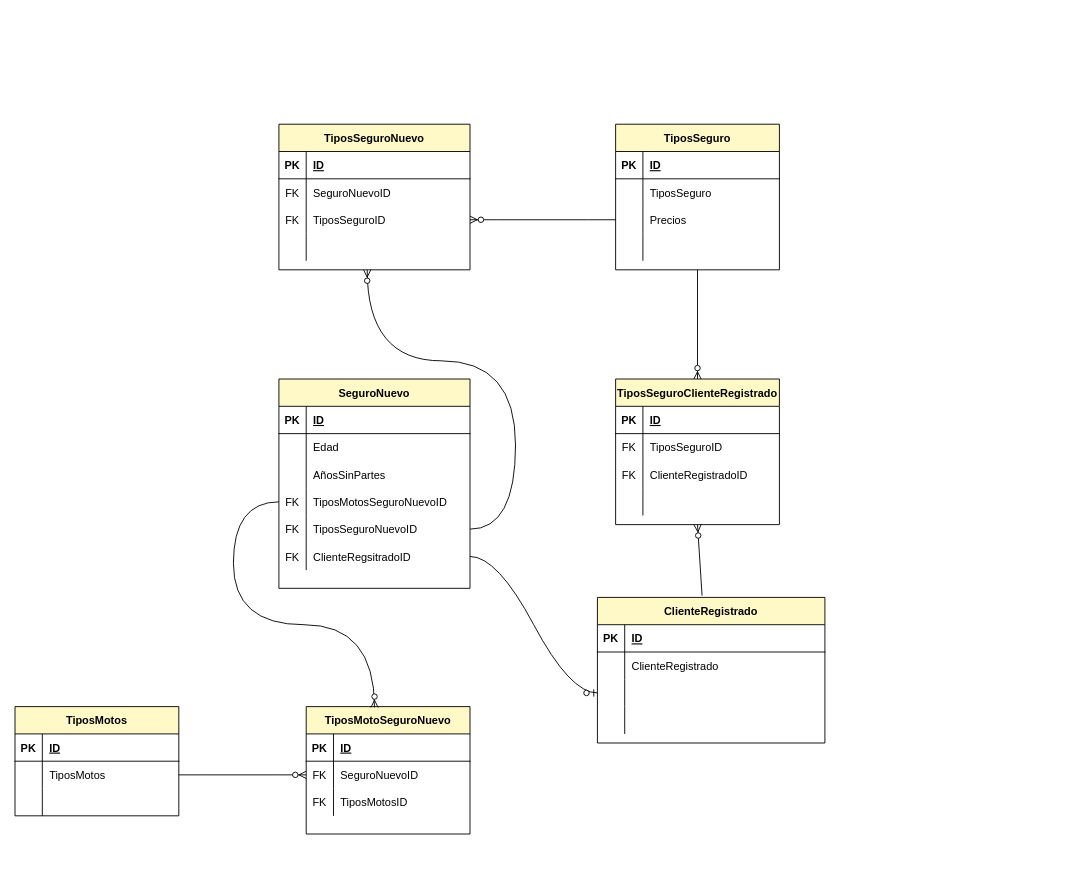
The draw.io diagram EjercicioSeguros.drawio in dawnrock/diagrams, before the edit. Source tidied: cells renumbered, new cells numbered last; positions are measured from the earlier drawing's top-left corner, leaving out a move shared by most shapes. Both pictures are drawn from the tidied source at 91%, with x=0, y=0 at pixel (15, 124).
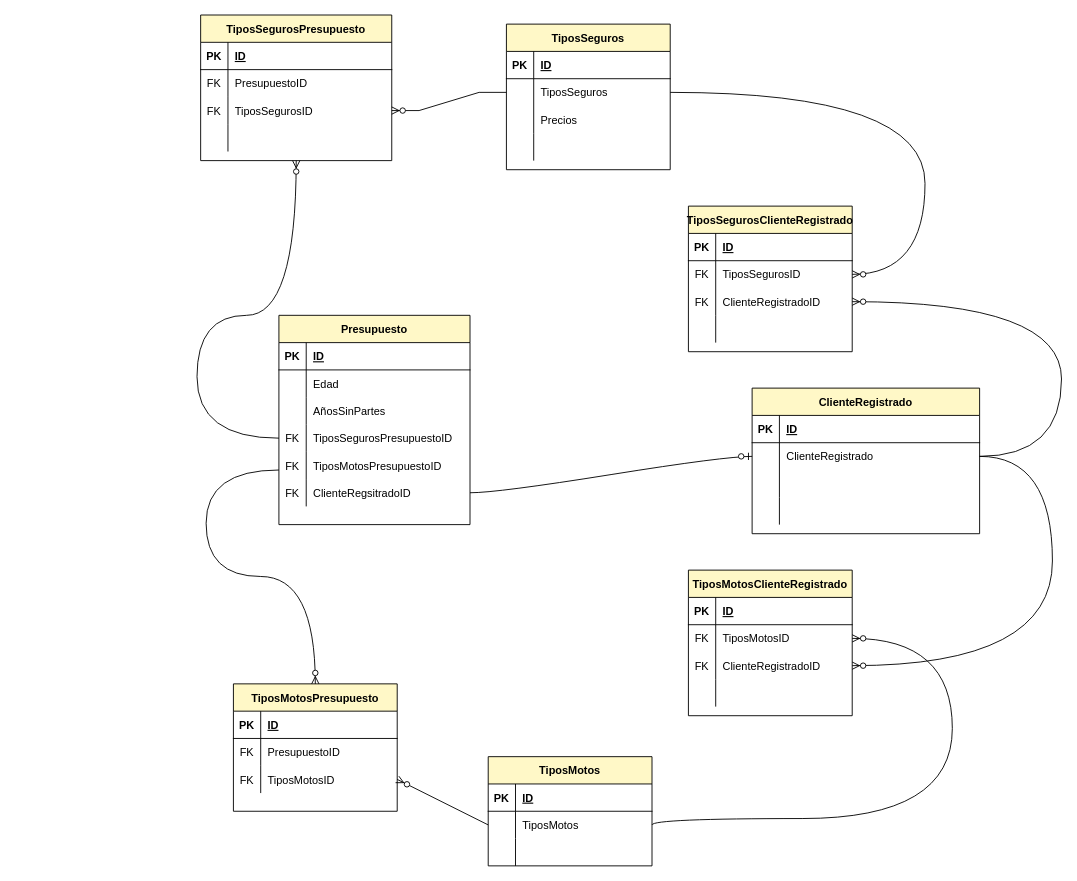
After the change.

The change refers to these unchanged cells:
```xml
<mxCell id="18" style="shape=partialRectangle;fillColor=none;top=0;left=0;bottom=0;right=0;points=[[0,0.5],[1,0.5]];portConstraint=eastwest;" parent="2" vertex="1">
  <mxGeometry y="180" width="210" height="30" as="geometry" />
</mxCell>
<mxCell id="25" style="shape=partialRectangle;fillColor=none;top=0;left=0;bottom=0;right=0;points=[[0,0.5],[1,0.5]];portConstraint=eastwest;" parent="21" vertex="1">
  <mxGeometry y="60" width="180" height="30" as="geometry" />
</mxCell>
<mxCell id="35" style="shape=partialRectangle;fillColor=none;top=0;left=0;bottom=0;right=0;points=[[0,0.5],[1,0.5]];portConstraint=eastwest;" parent="31" vertex="1">
  <mxGeometry y="60" width="180" height="30" as="geometry" />
</mxCell>
<mxCell id="38" style="shape=partialRectangle;fillColor=none;top=0;left=0;bottom=0;right=0;points=[[0,0.5],[1,0.5]];portConstraint=eastwest;" parent="31" vertex="1">
  <mxGeometry y="90" width="180" height="30" as="geometry" />
</mxCell>
<mxCell id="48" style="shape=partialRectangle;fillColor=none;top=0;left=0;bottom=0;right=0;" parent="44" vertex="1">
  <mxGeometry y="60" width="210" height="30" as="geometry" />
</mxCell>
<mxCell id="51" style="shape=partialRectangle;fillColor=none;top=0;left=0;bottom=0;right=0;points=[[0,0.5],[1,0.5]];portConstraint=eastwest;" parent="44" vertex="1">
  <mxGeometry y="90" width="210" height="30" as="geometry" />
</mxCell>
<mxCell id="63" style="shape=partialRectangle;fillColor=none;top=0;left=0;bottom=0;right=0;points=[[0,0.5],[1,0.5]];portConstraint=eastwest;" parent="59" vertex="1">
  <mxGeometry y="60" width="180" height="30" as="geometry" />
</mxCell>
<mxCell id="66" style="shape=partialRectangle;fillColor=none;top=0;left=0;bottom=0;right=0;points=[[0,0.5],[1,0.5]];portConstraint=eastwest;" parent="59" vertex="1">
  <mxGeometry y="90" width="180" height="30" as="geometry" />
</mxCell>
<mxCell id="75" style="shape=partialRectangle;fillColor=none;top=0;left=0;bottom=0;right=0;points=[[0,0.5],[1,0.5]];portConstraint=eastwest;" parent="71" vertex="1">
  <mxGeometry y="60" width="250" height="30" as="geometry" />
</mxCell>
<mxCell id="78" style="shape=partialRectangle;fillColor=none;top=0;left=0;bottom=0;right=0;points=[[0,0.5],[1,0.5]];portConstraint=eastwest;" parent="71" vertex="1">
  <mxGeometry y="90" width="250" height="30" as="geometry" />
</mxCell>
<mxCell id="88" style="shape=partialRectangle;fillColor=none;top=0;left=0;bottom=0;right=0;points=[[0,0.5],[1,0.5]];portConstraint=eastwest;" parent="84" vertex="1">
  <mxGeometry y="60" width="180" height="30" as="geometry" />
</mxCell>
<mxCell id="91" style="shape=partialRectangle;fillColor=none;top=0;left=0;bottom=0;right=0;points=[[0,0.5],[1,0.5]];portConstraint=eastwest;" parent="84" vertex="1">
  <mxGeometry y="90" width="180" height="30" as="geometry" />
</mxCell>
```

Diff of the diagram source:
```diff
@@
-    <mxCell id="2" value="SeguroNuevo" style="shape=table;startSize=30;childLayout=tableLayout;rowLines=0;fontStyle=1;align=center;fillColor=#FFF8C7;" parent="1" vertex="1">
-      <mxGeometry x="290" y="280" width="210" height="230" as="geometry" />
+    <mxCell id="2" value="Presupuesto" style="shape=table;startSize=30;childLayout=tableLayout;rowLines=0;fontStyle=1;align=center;fillColor=#FFF8C7;" parent="1" vertex="1">
+      <mxGeometry x="290" y="210" width="210" height="230" as="geometry" />
     </mxCell>
@@
+    <mxCell id="15" style="shape=partialRectangle;fillColor=none;top=0;left=0;bottom=0;right=0;points=[[0,0.5],[1,0.5]];portConstraint=eastwest;" parent="2" vertex="1">
+      <mxGeometry y="120" width="210" height="30" as="geometry" />
+    </mxCell>
+    <mxCell id="16" value="FK" style="shape=partialRectangle;fillColor=none;top=0;left=0;bottom=0;right=0;overflow=hidden;" parent="15" vertex="1">
+      <mxGeometry width="30" height="30" as="geometry" />
+    </mxCell>
+    <mxCell id="17" value="TiposSegurosPresupuestoID" style="shape=partialRectangle;fillColor=none;top=0;left=0;bottom=0;right=0;align=left;spacingLeft=6;overflow=hidden;" parent="15" vertex="1">
+      <mxGeometry x="30" width="180" height="30" as="geometry" />
+    </mxCell>
     <mxCell id="12" style="shape=partialRectangle;fillColor=none;top=0;left=0;bottom=0;right=0;points=[[0,0.5],[1,0.5]];portConstraint=eastwest;" parent="2" vertex="1">
-      <mxGeometry y="120" width="210" height="30" as="geometry" />
+      <mxGeometry y="150" width="210" height="30" as="geometry" />
     </mxCell>
@@
-    <mxCell id="14" value="TiposMotosSeguroNuevoID" style="shape=partialRectangle;fillColor=none;top=0;left=0;bottom=0;right=0;align=left;spacingLeft=6;overflow=hidden;" parent="12" vertex="1">
+    <mxCell id="14" value="TiposMotosPresupuestoID" style="shape=partialRectangle;fillColor=none;top=0;left=0;bottom=0;right=0;align=left;spacingLeft=6;overflow=hidden;" parent="12" vertex="1">
       <mxGeometry x="30" width="180" height="30" as="geometry" />
     </mxCell>
-    <mxCell id="15" style="shape=partialRectangle;fillColor=none;top=0;left=0;bottom=0;right=0;points=[[0,0.5],[1,0.5]];portConstraint=eastwest;" parent="2" vertex="1">
-      <mxGeometry y="150" width="210" height="30" as="geometry" />
-    </mxCell>
-    <mxCell id="16" value="FK" style="shape=partialRectangle;fillColor=none;top=0;left=0;bottom=0;right=0;overflow=hidden;" parent="15" vertex="1">
-      <mxGeometry width="30" height="30" as="geometry" />
-    </mxCell>
-    <mxCell id="17" value="TiposSeguroNuevoID" style="shape=partialRectangle;fillColor=none;top=0;left=0;bottom=0;right=0;align=left;spacingLeft=6;overflow=hidden;" parent="15" vertex="1">
-      <mxGeometry x="30" width="180" height="30" as="geometry" />
-    </mxCell>
@@
     <mxCell id="21" value="TiposMotos" style="shape=table;startSize=30;childLayout=tableLayout;rowLines=0;fontStyle=1;align=center;fillColor=#FFF8C7;" parent="1" vertex="1">
-      <mxGeometry y="640" width="180" height="120" as="geometry" />
+      <mxGeometry x="520" y="695" width="180" height="120" as="geometry" />
     </mxCell>
@@
-    <mxCell id="31" value="TiposSeguro" style="shape=table;startSize=30;childLayout=tableLayout;rowLines=0;fontStyle=1;align=center;fillColor=#FFF8C7;" parent="1" vertex="1">
-      <mxGeometry x="660" width="180" height="160" as="geometry" />
+    <mxCell id="31" value="TiposSeguros" style="shape=table;startSize=30;childLayout=tableLayout;rowLines=0;fontStyle=1;align=center;fillColor=#FFF8C7;" parent="1" vertex="1">
+      <mxGeometry x="540" y="-110" width="180" height="160" as="geometry" />
     </mxCell>
@@
-    <mxCell id="37" value="TiposSeguro" style="shape=partialRectangle;fillColor=none;top=0;left=0;bottom=0;right=0;align=left;spacingLeft=6;overflow=hidden;" parent="35" vertex="1">
+    <mxCell id="37" value="TiposSeguros" style="shape=partialRectangle;fillColor=none;top=0;left=0;bottom=0;right=0;align=left;spacingLeft=6;overflow=hidden;" parent="35" vertex="1">
       <mxGeometry x="30" width="150" height="30" as="geometry" />
     </mxCell>
@@
-    <mxCell id="44" value="TiposSeguroNuevo" style="shape=table;startSize=30;childLayout=tableLayout;rowLines=0;fontStyle=1;align=center;fillColor=#FFF8C7;" parent="1" vertex="1">
-      <mxGeometry x="290" width="210" height="160" as="geometry" />
+    <mxCell id="44" value="TiposSegurosPresupuesto" style="shape=table;startSize=30;childLayout=tableLayout;rowLines=0;fontStyle=1;align=center;fillColor=#FFF8C7;" parent="1" vertex="1">
+      <mxGeometry x="204" y="-120" width="210" height="160" as="geometry" />
     </mxCell>
@@
-    <mxCell id="50" value="SeguroNuevoID" style="shape=partialRectangle;fillColor=none;top=0;left=0;bottom=0;right=0;align=left;spacingLeft=6;overflow=hidden;" parent="48" vertex="1">
+    <mxCell id="50" value="PresupuestoID" style="shape=partialRectangle;fillColor=none;top=0;left=0;bottom=0;right=0;align=left;spacingLeft=6;overflow=hidden;" parent="48" vertex="1">
       <mxGeometry x="30" width="180" height="30" as="geometry" />
     </mxCell>
@@
-    <mxCell id="53" value="TiposSeguroID" style="shape=partialRectangle;fillColor=none;top=0;left=0;bottom=0;right=0;align=left;spacingLeft=6;overflow=hidden;" parent="51" vertex="1">
+    <mxCell id="53" value="TiposSegurosID" style="shape=partialRectangle;fillColor=none;top=0;left=0;bottom=0;right=0;align=left;spacingLeft=6;overflow=hidden;" parent="51" vertex="1">
       <mxGeometry x="30" width="180" height="30" as="geometry" />
     </mxCell>
@@
-    <mxCell id="57" style="edgeStyle=entityRelationEdgeStyle;fontSize=12;html=1;endArrow=ERzeroToMany;endFill=1;rounded=0;entryX=1;entryY=0.5;entryDx=0;entryDy=0;" parent="1" edge="1" source="38" target="51">
+    <mxCell id="57" style="edgeStyle=entityRelationEdgeStyle;fontSize=12;html=1;endArrow=ERzeroToMany;endFill=1;rounded=0;entryX=1;entryY=0.5;entryDx=0;entryDy=0;exitX=0;exitY=0.5;exitDx=0;exitDy=0;" parent="1" edge="1" source="35" target="51">
       <mxGeometry relative="1" as="geometry" />
     </mxCell>
-    <mxCell id="58" style="fontSize=12;html=1;endArrow=ERzeroToMany;endFill=1;rounded=0;exitX=1;exitY=0.5;exitDx=0;exitDy=0;edgeStyle=orthogonalEdgeStyle;curved=1;" parent="1" edge="1" source="15">
+    <mxCell id="58" style="fontSize=12;html=1;endArrow=ERzeroToMany;endFill=1;rounded=0;entryX=0.5;entryY=1;entryDx=0;entryDy=0;edgeStyle=orthogonalEdgeStyle;curved=1;exitX=0;exitY=0.5;exitDx=0;exitDy=0;" parent="1" edge="1" source="15" target="44">
       <mxGeometry relative="1" as="geometry">
-        <mxPoint x="387" y="160" as="targetPoint" />
         <Array as="points">
-          <mxPoint x="550" y="445" />
-          <mxPoint x="550" y="260" />
-          <mxPoint x="387" y="260" />
+          <mxPoint x="200" y="345" />
+          <mxPoint x="200" y="210" />
+          <mxPoint x="309" y="210" />
         </Array>
       </mxGeometry>
     </mxCell>
-    <mxCell id="59" value="TiposMotoSeguroNuevo" style="shape=table;startSize=30;childLayout=tableLayout;rowLines=0;fontStyle=1;align=center;fillColor=#FFF8C7;" parent="1" vertex="1">
-      <mxGeometry x="320" y="640" width="180" height="140" as="geometry" />
+    <mxCell id="59" value="TiposMotosPresupuesto" style="shape=table;startSize=30;childLayout=tableLayout;rowLines=0;fontStyle=1;align=center;fillColor=#FFF8C7;" parent="1" vertex="1">
+      <mxGeometry x="240" y="615" width="180" height="140" as="geometry" />
     </mxCell>
@@
-    <mxCell id="65" value="SeguroNuevoID" style="shape=partialRectangle;fillColor=none;top=0;left=0;bottom=0;right=0;align=left;spacingLeft=6;overflow=hidden;" parent="63" vertex="1">
+    <mxCell id="65" value="PresupuestoID" style="shape=partialRectangle;fillColor=none;top=0;left=0;bottom=0;right=0;align=left;spacingLeft=6;overflow=hidden;" parent="63" vertex="1">
       <mxGeometry x="30" width="150" height="30" as="geometry" />
     </mxCell>
@@
-    <mxCell id="69" style="edgeStyle=entityRelationEdgeStyle;fontSize=12;html=1;endArrow=ERzeroToMany;endFill=1;rounded=0;entryX=0;entryY=0.5;entryDx=0;entryDy=0;exitX=1;exitY=0.5;exitDx=0;exitDy=0;" parent="1" edge="1" source="25" target="63">
-      <mxGeometry relative="1" as="geometry" />
-    </mxCell>
-    <mxCell id="70" style="fontSize=12;html=1;endArrow=ERzeroToMany;endFill=1;rounded=0;exitX=0;exitY=0.5;exitDx=0;exitDy=0;entryX=0.417;entryY=0.007;entryDx=0;entryDy=0;entryPerimeter=0;edgeStyle=orthogonalEdgeStyle;curved=1;" parent="1" edge="1" source="12" target="59">
-      <mxGeometry relative="1" as="geometry">
-        <Array as="points">
-          <mxPoint x="240" y="415" />
-          <mxPoint x="240" y="550" />
-          <mxPoint x="395" y="550" />
-        </Array>
-      </mxGeometry>
-    </mxCell>
     <mxCell id="71" value="ClienteRegistrado" style="shape=table;startSize=30;childLayout=tableLayout;rowLines=0;fontStyle=1;align=center;fillColor=#FFF8C7;" parent="1" vertex="1">
-      <mxGeometry x="640" y="520" width="250" height="160" as="geometry" />
+      <mxGeometry x="810" y="290" width="250" height="160" as="geometry" />
     </mxCell>
@@
-    <mxCell id="84" value="TiposSeguroClienteRegistrado" style="shape=table;startSize=30;childLayout=tableLayout;rowLines=0;fontStyle=1;align=center;fillColor=#FFF8C7;" parent="1" vertex="1">
-      <mxGeometry x="660" y="280" width="180" height="160" as="geometry" />
+    <mxCell id="84" value="TiposSegurosClienteRegistrado" style="shape=table;startSize=30;childLayout=tableLayout;rowLines=0;fontStyle=1;align=center;fillColor=#FFF8C7;" parent="1" vertex="1">
+      <mxGeometry x="740" y="90" width="180" height="160" as="geometry" />
     </mxCell>
@@
-    <mxCell id="90" value="TiposSeguroID" style="shape=partialRectangle;fillColor=none;top=0;left=0;bottom=0;right=0;align=left;spacingLeft=6;overflow=hidden;" parent="88" vertex="1">
+    <mxCell id="90" value="TiposSegurosID" style="shape=partialRectangle;fillColor=none;top=0;left=0;bottom=0;right=0;align=left;spacingLeft=6;overflow=hidden;" parent="88" vertex="1">
       <mxGeometry x="30" width="150" height="30" as="geometry" />
     </mxCell>
@@
-    <mxCell id="97" style="fontSize=12;html=1;endArrow=ERzeroToMany;endFill=1;rounded=0;entryX=0.5;entryY=0;entryDx=0;entryDy=0;exitX=0.5;exitY=1;exitDx=0;exitDy=0;" parent="1" edge="1" source="31" target="84">
-      <mxGeometry relative="1" as="geometry" />
+    <mxCell id="97" style="fontSize=12;html=1;endArrow=ERzeroToMany;endFill=1;rounded=0;entryX=1;entryY=0.5;entryDx=0;entryDy=0;exitX=1;exitY=0.5;exitDx=0;exitDy=0;edgeStyle=orthogonalEdgeStyle;curved=1;" parent="1" edge="1" source="35" target="88">
+      <mxGeometry relative="1" as="geometry">
+        <Array as="points">
+          <mxPoint x="1000" y="-35" />
+          <mxPoint x="1000" y="165" />
+        </Array>
+      </mxGeometry>
     </mxCell>
-    <mxCell id="98" style="fontSize=12;html=1;endArrow=ERzeroToMany;endFill=1;rounded=0;exitX=0.46;exitY=-0.012;exitDx=0;exitDy=0;entryX=0.5;entryY=1;entryDx=0;entryDy=0;exitPerimeter=0;" parent="1" edge="1" source="71" target="84">
-      <mxGeometry relative="1" as="geometry" />
+    <mxCell id="98" style="fontSize=12;html=1;endArrow=ERzeroToMany;endFill=1;rounded=0;entryX=1;entryY=0.5;entryDx=0;entryDy=0;exitX=1;exitY=0.5;exitDx=0;exitDy=0;edgeStyle=orthogonalEdgeStyle;curved=1;" parent="1" edge="1" source="75" target="91">
+      <mxGeometry relative="1" as="geometry">
+        <Array as="points">
+          <mxPoint x="1150" y="365" />
+          <mxPoint x="1150" y="195" />
+        </Array>
+      </mxGeometry>
     </mxCell>
-    <mxCell id="99" style="edgeStyle=entityRelationEdgeStyle;fontSize=12;html=1;endArrow=ERzeroToOne;endFill=1;rounded=0;curved=1;exitX=1;exitY=0.5;exitDx=0;exitDy=0;" parent="1" edge="1" source="18" target="78">
-      <mxGeometry relative="1" as="geometry" />
+    <mxCell id="99" style="edgeStyle=entityRelationEdgeStyle;fontSize=12;html=1;endArrow=ERzeroToOne;endFill=1;rounded=0;curved=1;entryX=0;entryY=0.5;entryDx=0;entryDy=0;" parent="1" edge="1" target="75">
+      <mxGeometry relative="1" as="geometry">
+        <mxPoint x="500" y="405" as="sourcePoint" />
+      </mxGeometry>
     </mxCell>
+    <mxCell id="100" value="TiposMotosClienteRegistrado" style="shape=table;startSize=30;childLayout=tableLayout;rowLines=0;fontStyle=1;align=center;fillColor=#FFF8C7;" parent="1" vertex="1">
+      <mxGeometry x="740" y="490" width="180" height="160" as="geometry" />
+    </mxCell>
+    <mxCell id="101" style="shape=partialRectangle;fillColor=none;top=0;left=0;bottom=1;right=0;" parent="100" vertex="1">
+      <mxGeometry y="30" width="180" height="30" as="geometry" />
+    </mxCell>
+    <mxCell id="102" value="PK" style="shape=partialRectangle;fillColor=none;top=0;left=0;bottom=0;right=0;fontStyle=1;overflow=hidden;" parent="101" vertex="1">
+      <mxGeometry width="30" height="30" as="geometry" />
+    </mxCell>
+    <mxCell id="103" value="ID" style="shape=partialRectangle;fillColor=none;top=0;left=0;bottom=0;right=0;align=left;spacingLeft=6;fontStyle=5;overflow=hidden;" parent="101" vertex="1">
+      <mxGeometry x="30" width="150" height="30" as="geometry" />
+    </mxCell>
+    <mxCell id="104" style="shape=partialRectangle;fillColor=none;top=0;left=0;bottom=0;right=0;points=[[0,0.5],[1,0.5]];portConstraint=eastwest;" parent="100" vertex="1">
+      <mxGeometry y="60" width="180" height="30" as="geometry" />
+    </mxCell>
+    <mxCell id="105" value="FK" style="shape=partialRectangle;fillColor=none;top=0;left=0;bottom=0;right=0;overflow=hidden;" parent="104" vertex="1">
+      <mxGeometry width="30" height="30" as="geometry" />
+    </mxCell>
+    <mxCell id="106" value="TiposMotosID" style="shape=partialRectangle;fillColor=none;top=0;left=0;bottom=0;right=0;align=left;spacingLeft=6;overflow=hidden;" parent="104" vertex="1">
+      <mxGeometry x="30" width="150" height="30" as="geometry" />
+    </mxCell>
+    <mxCell id="107" style="shape=partialRectangle;fillColor=none;top=0;left=0;bottom=0;right=0;points=[[0,0.5],[1,0.5]];portConstraint=eastwest;" parent="100" vertex="1">
+      <mxGeometry y="90" width="180" height="30" as="geometry" />
+    </mxCell>
+    <mxCell id="108" value="FK" style="shape=partialRectangle;fillColor=none;top=0;left=0;bottom=0;right=0;overflow=hidden;" parent="107" vertex="1">
+      <mxGeometry width="30" height="30" as="geometry" />
+    </mxCell>
+    <mxCell id="109" value="ClienteRegistradoID" style="shape=partialRectangle;fillColor=none;top=0;left=0;bottom=0;right=0;align=left;spacingLeft=6;overflow=hidden;" parent="107" vertex="1">
+      <mxGeometry x="30" width="150" height="30" as="geometry" />
+    </mxCell>
+    <mxCell id="110" style="shape=partialRectangle;fillColor=none;top=0;left=0;bottom=0;right=0;" parent="100" vertex="1">
+      <mxGeometry y="120" width="180" height="30" as="geometry" />
+    </mxCell>
+    <mxCell id="111" style="shape=partialRectangle;fillColor=none;top=0;left=0;bottom=0;right=0;overflow=hidden;" parent="110" vertex="1">
+      <mxGeometry width="30" height="30" as="geometry" />
+    </mxCell>
+    <mxCell id="112" style="shape=partialRectangle;fillColor=none;top=0;left=0;bottom=0;right=0;align=left;spacingLeft=6;overflow=hidden;" parent="110" vertex="1">
+      <mxGeometry x="30" width="150" height="30" as="geometry" />
+    </mxCell>
+    <mxCell id="113" style="fontSize=12;html=1;endArrow=ERzeroToMany;endFill=1;rounded=0;exitX=1;exitY=0.5;exitDx=0;exitDy=0;entryX=1;entryY=0.5;entryDx=0;entryDy=0;edgeStyle=orthogonalEdgeStyle;curved=1;" parent="1" edge="1" source="75" target="107">
+      <mxGeometry relative="1" as="geometry">
+        <Array as="points">
+          <mxPoint x="1140" y="365" />
+          <mxPoint x="1140" y="595" />
+        </Array>
+      </mxGeometry>
+    </mxCell>
+    <mxCell id="114" style="fontSize=12;html=1;endArrow=ERzeroToMany;endFill=1;rounded=0;exitX=1;exitY=0.5;exitDx=0;exitDy=0;entryX=1;entryY=0.5;entryDx=0;entryDy=0;edgeStyle=orthogonalEdgeStyle;curved=1;" parent="1" edge="1" source="25" target="104">
+      <mxGeometry relative="1" as="geometry">
+        <Array as="points">
+          <mxPoint x="700" y="763" />
+          <mxPoint x="1030" y="763" />
+          <mxPoint x="1030" y="565" />
+        </Array>
+      </mxGeometry>
+    </mxCell>
+    <mxCell id="115" style="fontSize=12;html=1;endArrow=ERzeroToMany;endFill=1;rounded=0;exitX=0;exitY=0.5;exitDx=0;exitDy=0;entryX=1;entryY=0.5;entryDx=0;entryDy=0;" parent="1" edge="1" source="25" target="66">
+      <mxGeometry relative="1" as="geometry" />
+    </mxCell>
+    <mxCell id="116" style="fontSize=12;html=1;endArrow=ERzeroToMany;endFill=1;rounded=0;entryX=0.5;entryY=0;entryDx=0;entryDy=0;edgeStyle=orthogonalEdgeStyle;curved=1;" parent="1" edge="1" target="59">
+      <mxGeometry relative="1" as="geometry">
+        <mxPoint x="290" y="380" as="sourcePoint" />
+        <Array as="points">
+          <mxPoint x="210" y="380" />
+          <mxPoint x="210" y="497" />
+          <mxPoint x="330" y="497" />
+        </Array>
+      </mxGeometry>
+    </mxCell>
```
